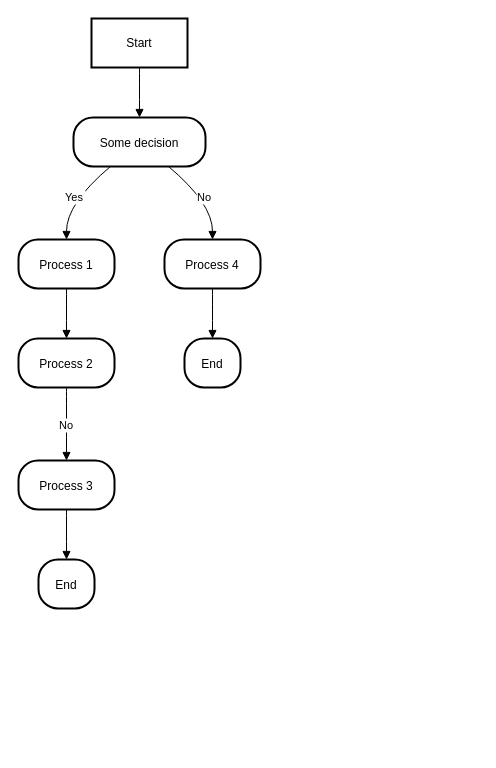
kemueldematos/Desenvolvimento-de-Sistemas-I keeps this draw.io diagram as Diagrama sem nome.drawio. Above is the earlier version. Source tidied: cells renumbered, new cells numbered last; positions are measured from the earlier drawing's top-left corner, leaving out a move shared by most shapes. Both pictures are drawn from the tidied source at 100%, with x=0, y=0 at pixel (18, 18).
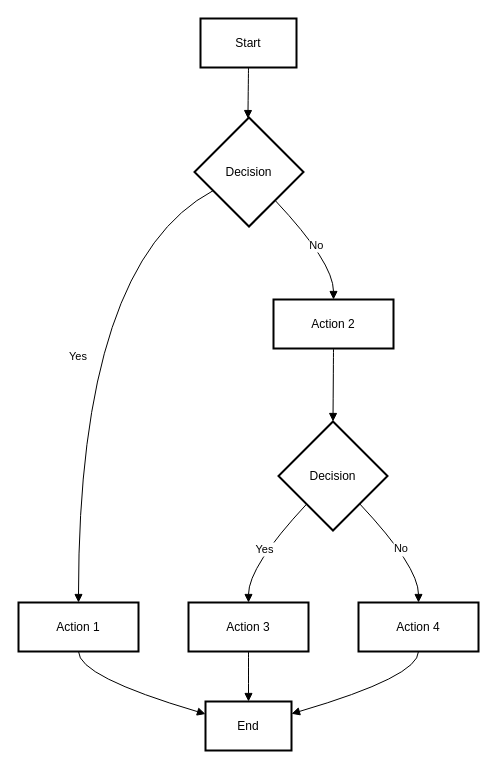
Above is the later version.

Diff of the diagram source:
```diff
@@
     <mxCell id="2" value="Start" style="whiteSpace=wrap;strokeWidth=2;" parent="1" vertex="1">
-      <mxGeometry x="73" width="96" height="49" as="geometry" />
+      <mxGeometry x="182" width="96" height="49" as="geometry" />
     </mxCell>
-    <mxCell id="3" value="Some decision" style="rounded=1;arcSize=40;strokeWidth=2;" parent="1" vertex="1">
-      <mxGeometry x="55" y="99" width="132" height="49" as="geometry" />
+    <mxCell id="3" value="Decision" style="rhombus;strokeWidth=2;whiteSpace=wrap;" parent="1" vertex="1">
+      <mxGeometry x="176" y="99" width="109" height="109" as="geometry" />
     </mxCell>
-    <mxCell id="4" value="Process 1" style="rounded=1;arcSize=40;strokeWidth=2;" parent="1" vertex="1">
-      <mxGeometry y="221" width="96" height="49" as="geometry" />
+    <mxCell id="4" value="Action 1" style="whiteSpace=wrap;strokeWidth=2;" parent="1" vertex="1">
+      <mxGeometry y="584" width="120" height="49" as="geometry" />
     </mxCell>
-    <mxCell id="5" value="Process 2" style="rounded=1;arcSize=40;strokeWidth=2;" parent="1" vertex="1">
-      <mxGeometry y="320" width="96" height="49" as="geometry" />
+    <mxCell id="5" value="End" style="whiteSpace=wrap;strokeWidth=2;" parent="1" vertex="1">
+      <mxGeometry x="187" y="683" width="86" height="49" as="geometry" />
     </mxCell>
-    <mxCell id="6" value="Process 3" style="rounded=1;arcSize=40;strokeWidth=2;" parent="1" vertex="1">
-      <mxGeometry y="442" width="96" height="49" as="geometry" />
+    <mxCell id="6" value="Action 2" style="whiteSpace=wrap;strokeWidth=2;" parent="1" vertex="1">
+      <mxGeometry x="255" y="281" width="120" height="49" as="geometry" />
     </mxCell>
-    <mxCell id="7" value="End" style="rounded=1;arcSize=40;strokeWidth=2;" parent="1" vertex="1">
-      <mxGeometry x="20" y="541" width="56" height="49" as="geometry" />
+    <mxCell id="7" value="Decision" style="rhombus;strokeWidth=2;whiteSpace=wrap;" parent="1" vertex="1">
+      <mxGeometry x="260" y="403" width="109" height="109" as="geometry" />
     </mxCell>
-    <mxCell id="8" value="Process 4" style="rounded=1;arcSize=40;strokeWidth=2;" parent="1" vertex="1">
-      <mxGeometry x="146" y="221" width="96" height="49" as="geometry" />
+    <mxCell id="8" value="Action 3" style="whiteSpace=wrap;strokeWidth=2;" parent="1" vertex="1">
+      <mxGeometry x="170" y="584" width="120" height="49" as="geometry" />
     </mxCell>
-    <mxCell id="9" value="End" style="rounded=1;arcSize=40;strokeWidth=2;" parent="1" vertex="1">
-      <mxGeometry x="166" y="320" width="56" height="49" as="geometry" />
+    <mxCell id="9" value="Action 4" style="whiteSpace=wrap;strokeWidth=2;" parent="1" vertex="1">
+      <mxGeometry x="340" y="584" width="120" height="49" as="geometry" />
     </mxCell>
-    <mxCell id="10" style="curved=1;startArrow=none;endArrow=block;exitX=0.5;exitY=1;entryX=0.5;entryY=0;" parent="1" edge="1" source="2" target="3">
+    <mxCell id="10" style="curved=1;startArrow=none;endArrow=block;exitX=0.5;exitY=1;entryX=0.49;entryY=0;" parent="1" edge="1" source="2" target="3">
       <mxGeometry relative="1" as="geometry" />
     </mxCell>
-    <mxCell id="11" value="Yes" style="curved=1;startArrow=none;endArrow=block;exitX=0.28;exitY=1;entryX=0.5;entryY=0;" parent="1" edge="1" source="3" target="4">
+    <mxCell id="11" value="Yes" style="curved=1;startArrow=none;endArrow=block;exitX=0;exitY=0.76;entryX=0.5;entryY=0.01;" parent="1" edge="1" source="3" target="4">
       <mxGeometry relative="1" as="geometry">
         <Array as="points">
-          <mxPoint x="48" y="185" />
+          <mxPoint x="60" y="244" />
         </Array>
       </mxGeometry>
     </mxCell>
-    <mxCell id="12" style="curved=1;startArrow=none;endArrow=block;exitX=0.5;exitY=1;entryX=0.5;entryY=0;" parent="1" edge="1" source="4" target="5">
-      <mxGeometry relative="1" as="geometry" />
+    <mxCell id="12" style="curved=1;startArrow=none;endArrow=block;exitX=0.5;exitY=1.01;entryX=-0.01;entryY=0.25;" parent="1" edge="1" source="4" target="5">
+      <mxGeometry relative="1" as="geometry">
+        <Array as="points">
+          <mxPoint x="60" y="658" />
+        </Array>
+      </mxGeometry>
     </mxCell>
-    <mxCell id="13" value="No" style="curved=1;startArrow=none;endArrow=block;exitX=0.5;exitY=1;entryX=0.5;entryY=0;" parent="1" edge="1" source="5" target="6">
-      <mxGeometry relative="1" as="geometry" />
+    <mxCell id="13" value="No" style="curved=1;startArrow=none;endArrow=block;exitX=0.96;exitY=1;entryX=0.5;entryY=-0.01;" parent="1" edge="1" source="3" target="6">
+      <mxGeometry relative="1" as="geometry">
+        <Array as="points">
+          <mxPoint x="315" y="244" />
+        </Array>
+      </mxGeometry>
     </mxCell>
-    <mxCell id="14" style="curved=1;startArrow=none;endArrow=block;exitX=0.5;exitY=1;entryX=0.5;entryY=0;" parent="1" edge="1" source="6" target="7">
+    <mxCell id="14" style="curved=1;startArrow=none;endArrow=block;exitX=0.5;exitY=0.99;entryX=0.5;entryY=0;" parent="1" edge="1" source="6" target="7">
       <mxGeometry relative="1" as="geometry" />
     </mxCell>
-    <mxCell id="15" value="No" style="curved=1;startArrow=none;endArrow=block;exitX=0.72;exitY=1;entryX=0.5;entryY=0;" parent="1" edge="1" source="3" target="8">
+    <mxCell id="15" value="Yes" style="curved=1;startArrow=none;endArrow=block;exitX=0.04;exitY=0.99;entryX=0.5;entryY=0.01;" parent="1" edge="1" source="7" target="8">
       <mxGeometry relative="1" as="geometry">
         <Array as="points">
-          <mxPoint x="194" y="185" />
+          <mxPoint x="230" y="548" />
         </Array>
       </mxGeometry>
     </mxCell>
-    <mxCell id="16" style="curved=1;startArrow=none;endArrow=block;exitX=0.5;exitY=1;entryX=0.5;entryY=0;" parent="1" edge="1" source="8" target="9">
+    <mxCell id="16" style="curved=1;startArrow=none;endArrow=block;exitX=0.5;exitY=1.01;entryX=0.5;entryY=0.01;" parent="1" edge="1" source="8" target="5">
       <mxGeometry relative="1" as="geometry" />
     </mxCell>
+    <mxCell id="17" value="No" style="curved=1;startArrow=none;endArrow=block;exitX=0.97;exitY=0.99;entryX=0.5;entryY=0.01;" parent="1" edge="1" source="7" target="9">
+      <mxGeometry relative="1" as="geometry">
+        <Array as="points">
+          <mxPoint x="400" y="548" />
+        </Array>
+      </mxGeometry>
+    </mxCell>
+    <mxCell id="18" style="curved=1;startArrow=none;endArrow=block;exitX=0.5;exitY=1.01;entryX=1;entryY=0.25;" parent="1" edge="1" source="9" target="5">
+      <mxGeometry relative="1" as="geometry">
+        <Array as="points">
+          <mxPoint x="400" y="658" />
+        </Array>
+      </mxGeometry>
+    </mxCell>
```
